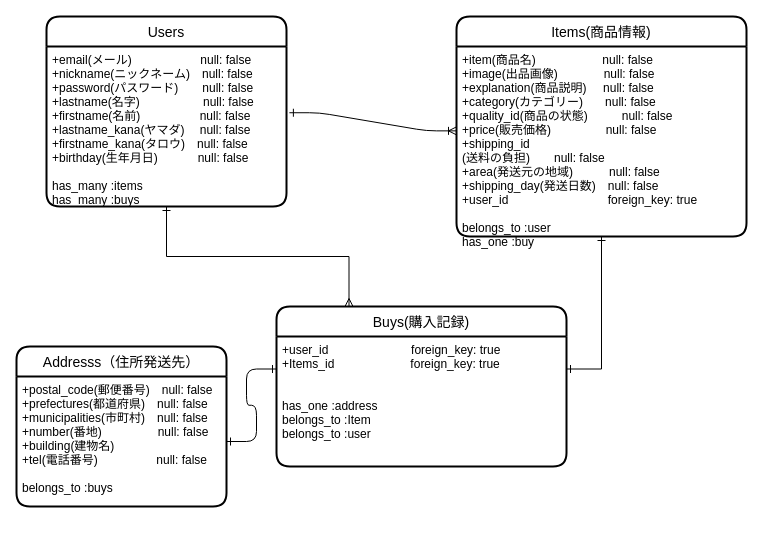
Before: furima.dio in yux521/furima-32972, a draw.io diagram. Source tidied: cells renumbered, new cells numbered last; positions are measured from the earlier drawing's top-left corner, leaving out a move shared by most shapes. Both pictures are drawn from the tidied source at 100%, with x=0, y=0 at pixel (16, 16).
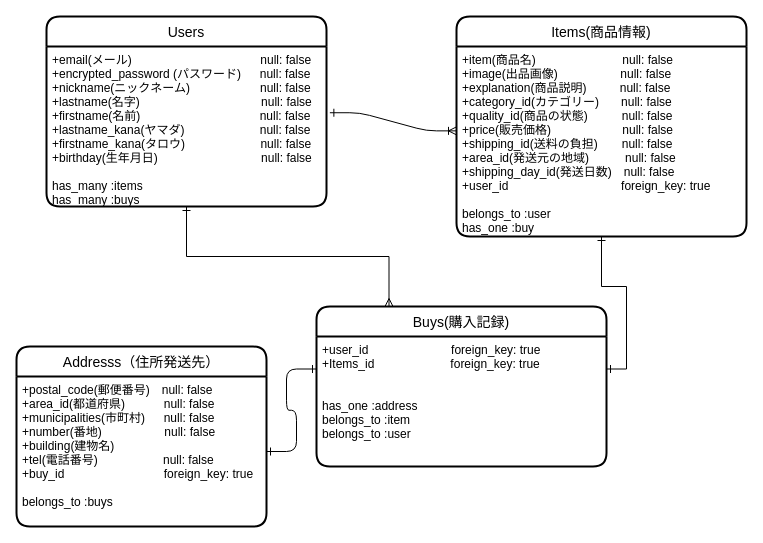
The same diagram, later.

Commit message (it also covers changes not shown here):
データベース設計（修正２回目）

Diff of the diagram source:
```diff
@@
 <mxGraphModel>
   <root>
     <mxCell id="0" />
     <mxCell id="1" parent="0" />
     <mxCell id="2" value="Users" style="swimlane;horizontal=1;startSize=30;rounded=1;fontSize=14;fontStyle=0;strokeWidth=2;shadow=0;dashed=0;align=center;" parent="1" vertex="1">
-      <mxGeometry x="30" width="240" height="190" as="geometry" />
+      <mxGeometry x="30" width="280" height="190" as="geometry" />
     </mxCell>
-    <mxCell id="3" value="+email(メール)                 　null: false&#10;+nickname(ニックネーム)　null: false&#10;+password(パスワード)　　null: false&#10;+lastname(名字)　 　　　　null: false&#10;+firstname(名前)　       　　null: false&#10;+lastname_kana(ヤマダ)　 null: false&#10;+firstname_kana(タロウ)　null: false&#10;+birthday(生年月日)            null: false&#10;&#10;has_many :items&#10;has_many :buys" style="align=left;strokeColor=none;fillColor=none;spacingLeft=4;fontSize=12;verticalAlign=top;" parent="2" vertex="1">
-      <mxGeometry y="30" width="240" height="160" as="geometry" />
+    <mxCell id="3" value="+email(メール)                 　　　　　　null: false&#10;+encrypted_password  (パスワード)　  null: false&#10;+nickname(ニックネーム)　　　　　   null: false&#10;+lastname(名字)　 　　　　　　　　   null: false&#10;+firstname(名前)　       　　　　　　　null: false&#10;+lastname_kana(ヤマダ)　　　　　　 null: false&#10;+firstname_kana(タロウ)　　　　 　　null: false&#10;+birthday(生年月日)          　　　　　   null: false&#10;&#10;has_many :items&#10;has_many :buys" style="align=left;strokeColor=none;fillColor=none;spacingLeft=4;fontSize=12;verticalAlign=top;" parent="2" vertex="1">
+      <mxGeometry y="30" width="280" height="160" as="geometry" />
     </mxCell>
     <mxCell id="4" value="Items(商品情報)" style="swimlane;horizontal=1;startSize=30;rounded=1;fontSize=14;fontStyle=0;strokeWidth=2;shadow=0;dashed=0;align=center;" parent="1" vertex="1">
       <mxGeometry x="440" width="290" height="220" as="geometry" />
     </mxCell>
-    <mxCell id="5" value="+item(商品名)　　　　　  null: false&#10;+image(出品画像)　　　   null: false&#10;+explanation(商品説明)     null: false&#10;+category(カテゴリー)　   null: false&#10;+quality_id(商品の状態)　　   null: false&#10;+price(販売価格)　　　　  null: false&#10;+shipping_id&#10;(送料の負担)　　null: false&#10;+area(発送元の地域)　　　null: false&#10;+shipping_day(発送日数)　null: false&#10;+user_id 　                　  　foreign_key: true&#10;&#10;belongs_to :user&#10;has_one :buy" style="align=left;strokeColor=none;fillColor=none;spacingLeft=4;fontSize=12;verticalAlign=top;" parent="4" vertex="1">
+    <mxCell id="5" value="+item(商品名)　　　　　        null: false&#10;+image(出品画像)　　　        null: false&#10;+explanation(商品説明)          null: false&#10;+category_id(カテゴリー)　   null: false&#10;+quality_id(商品の状態)　　   null: false&#10;+price(販売価格)　　　　       null: false&#10;+shipping_id(送料の負担)　　null: false&#10;+area_id(発送元の地域)　　　null: false&#10;+shipping_day_id(発送日数)　null: false&#10;+user_id 　                　  　    foreign_key: true&#10;&#10;belongs_to :user&#10;has_one :buy" style="align=left;strokeColor=none;fillColor=none;spacingLeft=4;fontSize=12;verticalAlign=top;" parent="4" vertex="1">
       <mxGeometry y="30" width="290" height="190" as="geometry" />
     </mxCell>
     <mxCell id="6" style="edgeStyle=orthogonalEdgeStyle;rounded=0;jettySize=auto;html=1;exitX=0.25;exitY=0;exitDx=0;exitDy=0;entryX=0.5;entryY=1;entryDx=0;entryDy=0;startArrow=ERmany;startFill=0;endArrow=ERone;endFill=0;" parent="1" edge="1" source="7" target="3">
       <mxGeometry relative="1" as="geometry" />
     </mxCell>
     <mxCell id="7" value="Buys(購入記録)" style="swimlane;horizontal=1;startSize=30;rounded=1;fontSize=14;fontStyle=0;strokeWidth=2;shadow=0;dashed=0;align=center;" parent="1" vertex="1">
-      <mxGeometry x="260" y="290" width="290" height="160" as="geometry" />
+      <mxGeometry x="300" y="290" width="290" height="160" as="geometry" />
     </mxCell>
-    <mxCell id="8" value="+user_id 　　             　foreign_key: true&#10;+Items_id　　　            foreign_key: true&#10;&#10;&#10;has_one :address&#10;belongs_to :Item&#10;belongs_to :user" style="align=left;strokeColor=none;fillColor=none;spacingLeft=4;fontSize=12;verticalAlign=top;" parent="7" vertex="1">
+    <mxCell id="8" value="+user_id 　　             　foreign_key: true&#10;+Items_id　　　            foreign_key: true&#10;&#10;&#10;has_one :address&#10;belongs_to :item&#10;belongs_to :user" style="align=left;strokeColor=none;fillColor=none;spacingLeft=4;fontSize=12;verticalAlign=top;" parent="7" vertex="1">
       <mxGeometry y="30" width="290" height="130" as="geometry" />
     </mxCell>
     <mxCell id="9" value="Addresss（住所発送先）" style="swimlane;horizontal=1;startSize=30;rounded=1;fontSize=14;fontStyle=0;strokeWidth=2;shadow=0;dashed=0;align=center;" parent="1" vertex="1">
-      <mxGeometry y="330" width="210" height="160" as="geometry" />
+      <mxGeometry y="330" width="250" height="180" as="geometry" />
     </mxCell>
-    <mxCell id="10" value="+postal_code(郵便番号)　null: false&#10;+prefectures(都道府県)　null: false&#10;+municipalities(市町村)　null: false&#10;+number(番地)      　　　null: false&#10;+building(建物名) &#10;+tel(電話番号)　              null: false&#10;&#10;belongs_to :buys" style="align=left;strokeColor=none;fillColor=none;spacingLeft=4;fontSize=12;verticalAlign=top;" parent="9" vertex="1">
-      <mxGeometry y="30" width="210" height="130" as="geometry" />
+    <mxCell id="10" value="+postal_code(郵便番号)　null: false&#10;+area_id(都道府県)　        null: false&#10;+municipalities(市町村)　  null: false&#10;+number(番地)      　　　  null: false&#10;+building(建物名) &#10;+tel(電話番号)　                null: false&#10;+buy_id　　　                   foreign_key: true&#10;&#10;belongs_to :buys" style="align=left;strokeColor=none;fillColor=none;spacingLeft=4;fontSize=12;verticalAlign=top;" parent="9" vertex="1">
+      <mxGeometry y="30" width="250" height="150" as="geometry" />
     </mxCell>
     <mxCell id="11" style="edgeStyle=entityRelationEdgeStyle;fontSize=12;html=1;endArrow=ERoneToMany;exitX=1.012;exitY=0.414;exitDx=0;exitDy=0;exitPerimeter=0;entryX=0;entryY=0.444;entryDx=0;entryDy=0;entryPerimeter=0;startArrow=ERone;startFill=0;" parent="1" edge="1" source="3" target="5">
       <mxGeometry relative="1" as="geometry" />
     </mxCell>
     <mxCell id="12" style="edgeStyle=entityRelationEdgeStyle;fontSize=12;html=1;endArrow=ERone;startArrow=ERone;entryX=0;entryY=0.25;entryDx=0;entryDy=0;endFill=0;startFill=0;" parent="1" edge="1" source="10" target="8">
       <mxGeometry relative="1" as="geometry" />
     </mxCell>
     <mxCell id="13" style="edgeStyle=orthogonalEdgeStyle;rounded=0;jettySize=auto;html=1;exitX=0.5;exitY=1;exitDx=0;exitDy=0;entryX=1;entryY=0.25;entryDx=0;entryDy=0;startArrow=ERone;startFill=0;endArrow=ERone;endFill=0;" parent="1" edge="1" source="5" target="8">
       <mxGeometry relative="1" as="geometry" />
     </mxCell>
   </root>
 </mxGraphModel>
```
